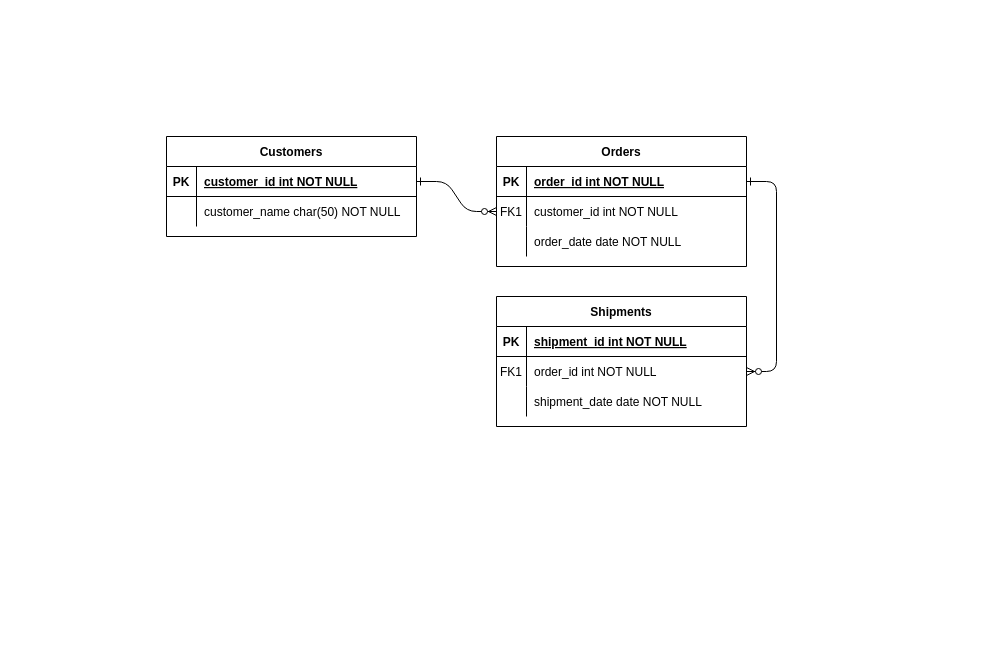
The draw.io diagram Untitled Diagram.drawio in joaopereira7717/angularFreshStart, before the edit. Source tidied: cells renumbered, new cells numbered last; positions are measured from the earlier drawing's top-left corner, leaving out a move shared by most shapes. Both pictures are drawn from the tidied source at 100%, with x=0, y=0 at pixel (166, 136).
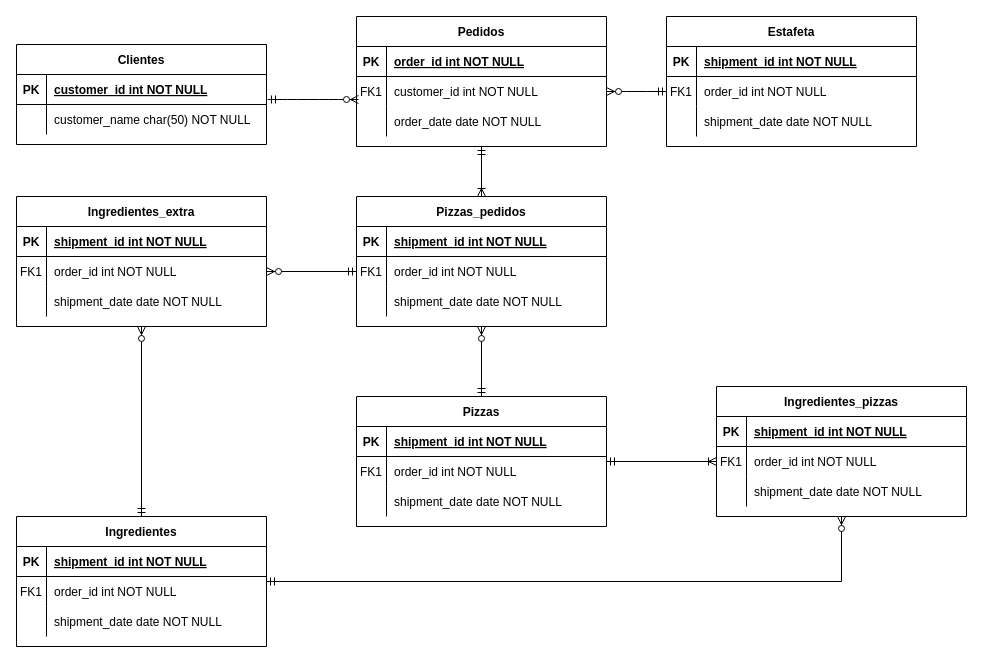
The same page after the edit.

Unchanged cells that the change refers to:
```xml
<mxCell id="5" style="shape=partialRectangle;fillColor=none;points=[[0,0.5],[1,0.5]];portConstraint=eastwest;top=0;left=0;right=0;bottom=1;" parent="4" vertex="1">
  <mxGeometry y="30" width="250" height="30" as="geometry" />
</mxCell>
<mxCell id="8" style="shape=partialRectangle;fillColor=none;points=[[0,0.5],[1,0.5]];portConstraint=eastwest;top=0;left=0;right=0;bottom=0;" parent="4" vertex="1">
  <mxGeometry y="60" width="250" height="30" as="geometry" />
</mxCell>
<mxCell id="18" style="shape=partialRectangle;fillColor=none;points=[[0,0.5],[1,0.5]];portConstraint=eastwest;top=0;left=0;right=0;bottom=0;" parent="14" vertex="1">
  <mxGeometry y="60" width="250" height="30" as="geometry" />
</mxCell>
<mxCell id="25" style="shape=partialRectangle;fillColor=none;points=[[0,0.5],[1,0.5]];portConstraint=eastwest;top=0;left=0;right=0;bottom=1;" parent="24" vertex="1">
  <mxGeometry y="30" width="250" height="30" as="geometry" />
</mxCell>
```

Diff of the diagram source:
```diff
@@
-    <mxCell id="2" style="edgeStyle=entityRelationEdgeStyle;endArrow=ERzeroToMany;startArrow=ERone;endFill=1;startFill=0;" parent="1" edge="1" source="25" target="8">
-      <mxGeometry relative="1" as="geometry" />
-    </mxCell>
-    <mxCell id="3" style="edgeStyle=entityRelationEdgeStyle;endArrow=ERzeroToMany;startArrow=ERone;endFill=1;startFill=0;" parent="1" edge="1" source="5" target="18">
-      <mxGeometry relative="1" as="geometry" />
-    </mxCell>
+    <mxCell id="31" style="edgeStyle=orthogonalEdgeStyle;rounded=0;jettySize=auto;html=1;startArrow=ERmandOne;startFill=0;endArrow=ERoneToMany;endFill=0;" parent="1" edge="1" source="4" target="66">
+      <mxGeometry relative="1" as="geometry" />
+    </mxCell>
-    <mxCell id="4" value="Orders" style="shape=table;startSize=30;childLayout=tableLayout;rowLines=0;fontStyle=1;align=center;" parent="1" vertex="1">
-      <mxGeometry x="330" width="250" height="130" as="geometry" />
+    <mxCell id="4" value="Pedidos" style="shape=table;startSize=30;childLayout=tableLayout;rowLines=0;fontStyle=1;align=center;" parent="1" vertex="1">
+      <mxGeometry x="190" y="-120" width="250" height="130" as="geometry" />
     </mxCell>
@@
-    <mxCell id="14" value="Shipments" style="shape=table;startSize=30;childLayout=tableLayout;rowLines=0;fontStyle=1;align=center;" parent="1" vertex="1">
-      <mxGeometry x="330" y="160" width="250" height="130" as="geometry" />
+    <mxCell id="14" value="Pizzas" style="shape=table;startSize=30;childLayout=tableLayout;rowLines=0;fontStyle=1;align=center;" parent="1" vertex="1">
+      <mxGeometry x="190" y="260" width="250" height="130" as="geometry" />
     </mxCell>
@@
-    <mxCell id="24" value="Customers" style="shape=table;startSize=30;childLayout=tableLayout;rowLines=0;fontStyle=1;align=center;" parent="1" vertex="1">
-      <mxGeometry width="250" height="100" as="geometry" />
+    <mxCell id="24" value="Clientes" style="shape=table;startSize=30;childLayout=tableLayout;rowLines=0;fontStyle=1;align=center;" parent="1" vertex="1">
+      <mxGeometry x="-150" y="-92" width="250" height="100" as="geometry" />
     </mxCell>
@@
+    <mxCell id="32" value="Estafeta" style="shape=table;startSize=30;childLayout=tableLayout;rowLines=0;fontStyle=1;align=center;" parent="1" vertex="1">
+      <mxGeometry x="500" y="-120" width="250" height="130" as="geometry" />
+    </mxCell>
+    <mxCell id="33" style="shape=partialRectangle;fillColor=none;top=0;left=0;right=0;bottom=1;" parent="32" vertex="1">
+      <mxGeometry y="30" width="250" height="30" as="geometry" />
+    </mxCell>
+    <mxCell id="34" value="PK" style="shape=partialRectangle;overflow=hidden;fillColor=none;top=0;left=0;bottom=0;right=0;fontStyle=1;" parent="33" vertex="1">
+      <mxGeometry width="30" height="30" as="geometry" />
+    </mxCell>
+    <mxCell id="35" value="shipment_id int NOT NULL " style="shape=partialRectangle;overflow=hidden;fillColor=none;top=0;left=0;bottom=0;right=0;align=left;spacingLeft=6;fontStyle=5;" parent="33" vertex="1">
+      <mxGeometry x="30" width="220" height="30" as="geometry" />
+    </mxCell>
+    <mxCell id="36" style="shape=partialRectangle;fillColor=none;points=[[0,0.5],[1,0.5]];portConstraint=eastwest;top=0;left=0;right=0;bottom=0;" parent="32" vertex="1">
+      <mxGeometry y="60" width="250" height="30" as="geometry" />
+    </mxCell>
+    <mxCell id="37" value="FK1" style="shape=partialRectangle;overflow=hidden;fillColor=none;top=0;left=0;bottom=0;right=0;" parent="36" vertex="1">
+      <mxGeometry width="30" height="30" as="geometry" />
+    </mxCell>
+    <mxCell id="38" value="order_id int NOT NULL" style="shape=partialRectangle;overflow=hidden;fillColor=none;top=0;left=0;bottom=0;right=0;align=left;spacingLeft=6;" parent="36" vertex="1">
+      <mxGeometry x="30" width="220" height="30" as="geometry" />
+    </mxCell>
+    <mxCell id="39" style="shape=partialRectangle;fillColor=none;top=0;left=0;right=0;bottom=0;" parent="32" vertex="1">
+      <mxGeometry y="90" width="250" height="30" as="geometry" />
+    </mxCell>
+    <mxCell id="40" style="shape=partialRectangle;overflow=hidden;fillColor=none;top=0;left=0;bottom=0;right=0;" parent="39" vertex="1">
+      <mxGeometry width="30" height="30" as="geometry" />
+    </mxCell>
+    <mxCell id="41" value="shipment_date date NOT NULL" style="shape=partialRectangle;overflow=hidden;fillColor=none;top=0;left=0;bottom=0;right=0;align=left;spacingLeft=6;" parent="39" vertex="1">
+      <mxGeometry x="30" width="220" height="30" as="geometry" />
+    </mxCell>
+    <mxCell id="42" style="edgeStyle=orthogonalEdgeStyle;rounded=0;jettySize=auto;html=1;entryX=0.5;entryY=1;entryDx=0;entryDy=0;startArrow=ERmandOne;startFill=0;endArrow=ERzeroToMany;endFill=1;" parent="1" edge="1" source="43" target="76">
+      <mxGeometry relative="1" as="geometry" />
+    </mxCell>
+    <mxCell id="43" value="Ingredientes" style="shape=table;startSize=30;childLayout=tableLayout;rowLines=0;fontStyle=1;align=center;" parent="1" vertex="1">
+      <mxGeometry x="-150" y="380" width="250" height="130" as="geometry" />
+    </mxCell>
+    <mxCell id="44" style="shape=partialRectangle;fillColor=none;top=0;left=0;right=0;bottom=1;" parent="43" vertex="1">
+      <mxGeometry y="30" width="250" height="30" as="geometry" />
+    </mxCell>
+    <mxCell id="45" value="PK" style="shape=partialRectangle;overflow=hidden;fillColor=none;top=0;left=0;bottom=0;right=0;fontStyle=1;" parent="44" vertex="1">
+      <mxGeometry width="30" height="30" as="geometry" />
+    </mxCell>
+    <mxCell id="46" value="shipment_id int NOT NULL " style="shape=partialRectangle;overflow=hidden;fillColor=none;top=0;left=0;bottom=0;right=0;align=left;spacingLeft=6;fontStyle=5;" parent="44" vertex="1">
+      <mxGeometry x="30" width="220" height="30" as="geometry" />
+    </mxCell>
+    <mxCell id="47" style="shape=partialRectangle;fillColor=none;top=0;left=0;right=0;bottom=0;" parent="43" vertex="1">
+      <mxGeometry y="60" width="250" height="30" as="geometry" />
+    </mxCell>
+    <mxCell id="48" value="FK1" style="shape=partialRectangle;overflow=hidden;fillColor=none;top=0;left=0;bottom=0;right=0;" parent="47" vertex="1">
+      <mxGeometry width="30" height="30" as="geometry" />
+    </mxCell>
+    <mxCell id="49" value="order_id int NOT NULL" style="shape=partialRectangle;overflow=hidden;fillColor=none;top=0;left=0;bottom=0;right=0;align=left;spacingLeft=6;" parent="47" vertex="1">
+      <mxGeometry x="30" width="220" height="30" as="geometry" />
+    </mxCell>
+    <mxCell id="50" style="shape=partialRectangle;fillColor=none;top=0;left=0;right=0;bottom=0;" parent="43" vertex="1">
+      <mxGeometry y="90" width="250" height="30" as="geometry" />
+    </mxCell>
+    <mxCell id="51" style="shape=partialRectangle;overflow=hidden;fillColor=none;top=0;left=0;bottom=0;right=0;" parent="50" vertex="1">
+      <mxGeometry width="30" height="30" as="geometry" />
+    </mxCell>
+    <mxCell id="52" value="shipment_date date NOT NULL" style="shape=partialRectangle;overflow=hidden;fillColor=none;top=0;left=0;bottom=0;right=0;align=left;spacingLeft=6;" parent="50" vertex="1">
+      <mxGeometry x="30" width="220" height="30" as="geometry" />
+    </mxCell>
+    <mxCell id="53" style="edgeStyle=orthogonalEdgeStyle;rounded=0;jettySize=auto;html=1;startArrow=ERzeroToMany;startFill=1;endArrow=ERmandOne;endFill=0;" parent="1" edge="1" source="54" target="43">
+      <mxGeometry relative="1" as="geometry" />
+    </mxCell>
+    <mxCell id="54" value="Ingredientes_extra" style="shape=table;startSize=30;childLayout=tableLayout;rowLines=0;fontStyle=1;align=center;" parent="1" vertex="1">
+      <mxGeometry x="-150" y="60" width="250" height="130" as="geometry" />
+    </mxCell>
+    <mxCell id="55" style="shape=partialRectangle;fillColor=none;top=0;left=0;right=0;bottom=1;" parent="54" vertex="1">
+      <mxGeometry y="30" width="250" height="30" as="geometry" />
+    </mxCell>
+    <mxCell id="56" value="PK" style="shape=partialRectangle;overflow=hidden;fillColor=none;top=0;left=0;bottom=0;right=0;fontStyle=1;" parent="55" vertex="1">
+      <mxGeometry width="30" height="30" as="geometry" />
+    </mxCell>
+    <mxCell id="57" value="shipment_id int NOT NULL " style="shape=partialRectangle;overflow=hidden;fillColor=none;top=0;left=0;bottom=0;right=0;align=left;spacingLeft=6;fontStyle=5;" parent="55" vertex="1">
+      <mxGeometry x="30" width="220" height="30" as="geometry" />
+    </mxCell>
+    <mxCell id="58" style="shape=partialRectangle;fillColor=none;points=[[0,0.5],[1,0.5]];portConstraint=eastwest;top=0;left=0;right=0;bottom=0;" parent="54" vertex="1">
+      <mxGeometry y="60" width="250" height="30" as="geometry" />
+    </mxCell>
+    <mxCell id="59" value="FK1" style="shape=partialRectangle;overflow=hidden;fillColor=none;top=0;left=0;bottom=0;right=0;" parent="58" vertex="1">
+      <mxGeometry width="30" height="30" as="geometry" />
+    </mxCell>
+    <mxCell id="60" value="order_id int NOT NULL" style="shape=partialRectangle;overflow=hidden;fillColor=none;top=0;left=0;bottom=0;right=0;align=left;spacingLeft=6;" parent="58" vertex="1">
+      <mxGeometry x="30" width="220" height="30" as="geometry" />
+    </mxCell>
+    <mxCell id="61" style="shape=partialRectangle;fillColor=none;top=0;left=0;right=0;bottom=0;" parent="54" vertex="1">
+      <mxGeometry y="90" width="250" height="30" as="geometry" />
+    </mxCell>
+    <mxCell id="62" style="shape=partialRectangle;overflow=hidden;fillColor=none;top=0;left=0;bottom=0;right=0;" parent="61" vertex="1">
+      <mxGeometry width="30" height="30" as="geometry" />
+    </mxCell>
+    <mxCell id="63" value="shipment_date date NOT NULL" style="shape=partialRectangle;overflow=hidden;fillColor=none;top=0;left=0;bottom=0;right=0;align=left;spacingLeft=6;" parent="61" vertex="1">
+      <mxGeometry x="30" width="220" height="30" as="geometry" />
+    </mxCell>
+    <mxCell id="64" style="edgeStyle=entityRelationEdgeStyle;fontSize=12;html=1;endArrow=ERzeroToMany;entryX=1;entryY=0.5;entryDx=0;entryDy=0;startArrow=ERmandOne;startFill=0;endFill=1;" parent="1" edge="1" source="36" target="8">
+      <mxGeometry relative="1" as="geometry" />
+    </mxCell>
+    <mxCell id="65" style="edgeStyle=orthogonalEdgeStyle;rounded=0;jettySize=auto;html=1;startArrow=ERzeroToMany;startFill=1;endArrow=ERmandOne;endFill=0;" parent="1" edge="1" source="66" target="14">
+      <mxGeometry relative="1" as="geometry" />
+    </mxCell>
+    <mxCell id="66" value="Pizzas_pedidos" style="shape=table;startSize=30;childLayout=tableLayout;rowLines=0;fontStyle=1;align=center;" parent="1" vertex="1">
+      <mxGeometry x="190" y="60" width="250" height="130" as="geometry" />
+    </mxCell>
+    <mxCell id="67" style="shape=partialRectangle;fillColor=none;top=0;left=0;right=0;bottom=1;" parent="66" vertex="1">
+      <mxGeometry y="30" width="250" height="30" as="geometry" />
+    </mxCell>
+    <mxCell id="68" value="PK" style="shape=partialRectangle;overflow=hidden;fillColor=none;top=0;left=0;bottom=0;right=0;fontStyle=1;" parent="67" vertex="1">
+      <mxGeometry width="30" height="30" as="geometry" />
+    </mxCell>
+    <mxCell id="69" value="shipment_id int NOT NULL " style="shape=partialRectangle;overflow=hidden;fillColor=none;top=0;left=0;bottom=0;right=0;align=left;spacingLeft=6;fontStyle=5;" parent="67" vertex="1">
+      <mxGeometry x="30" width="220" height="30" as="geometry" />
+    </mxCell>
+    <mxCell id="70" style="shape=partialRectangle;fillColor=none;points=[[0,0.5],[1,0.5]];portConstraint=eastwest;top=0;left=0;right=0;bottom=0;" parent="66" vertex="1">
+      <mxGeometry y="60" width="250" height="30" as="geometry" />
+    </mxCell>
+    <mxCell id="71" value="FK1" style="shape=partialRectangle;overflow=hidden;fillColor=none;top=0;left=0;bottom=0;right=0;" parent="70" vertex="1">
+      <mxGeometry width="30" height="30" as="geometry" />
+    </mxCell>
+    <mxCell id="72" value="order_id int NOT NULL" style="shape=partialRectangle;overflow=hidden;fillColor=none;top=0;left=0;bottom=0;right=0;align=left;spacingLeft=6;" parent="70" vertex="1">
+      <mxGeometry x="30" width="220" height="30" as="geometry" />
+    </mxCell>
+    <mxCell id="73" style="shape=partialRectangle;fillColor=none;top=0;left=0;right=0;bottom=0;" parent="66" vertex="1">
+      <mxGeometry y="90" width="250" height="30" as="geometry" />
+    </mxCell>
+    <mxCell id="74" style="shape=partialRectangle;overflow=hidden;fillColor=none;top=0;left=0;bottom=0;right=0;" parent="73" vertex="1">
+      <mxGeometry width="30" height="30" as="geometry" />
+    </mxCell>
+    <mxCell id="75" value="shipment_date date NOT NULL" style="shape=partialRectangle;overflow=hidden;fillColor=none;top=0;left=0;bottom=0;right=0;align=left;spacingLeft=6;" parent="73" vertex="1">
+      <mxGeometry x="30" width="220" height="30" as="geometry" />
+    </mxCell>
+    <mxCell id="2" style="edgeStyle=entityRelationEdgeStyle;fontSize=12;html=1;endArrow=ERzeroToMany;startArrow=ERmandOne;entryX=0.008;entryY=0.767;entryDx=0;entryDy=0;entryPerimeter=0;exitX=1.004;exitY=0.833;exitDx=0;exitDy=0;exitPerimeter=0;endFill=1;" parent="1" edge="1" source="25" target="8">
+      <mxGeometry relative="1" as="geometry" />
+    </mxCell>
+    <mxCell id="76" value="Ingredientes_pizzas" style="shape=table;startSize=30;childLayout=tableLayout;rowLines=0;fontStyle=1;align=center;" parent="1" vertex="1">
+      <mxGeometry x="550" y="250" width="250" height="130" as="geometry" />
+    </mxCell>
+    <mxCell id="77" style="shape=partialRectangle;fillColor=none;top=0;left=0;right=0;bottom=1;" parent="76" vertex="1">
+      <mxGeometry y="30" width="250" height="30" as="geometry" />
+    </mxCell>
+    <mxCell id="78" value="PK" style="shape=partialRectangle;overflow=hidden;fillColor=none;top=0;left=0;bottom=0;right=0;fontStyle=1;" parent="77" vertex="1">
+      <mxGeometry width="30" height="30" as="geometry" />
+    </mxCell>
+    <mxCell id="79" value="shipment_id int NOT NULL " style="shape=partialRectangle;overflow=hidden;fillColor=none;top=0;left=0;bottom=0;right=0;align=left;spacingLeft=6;fontStyle=5;" parent="77" vertex="1">
+      <mxGeometry x="30" width="220" height="30" as="geometry" />
+    </mxCell>
+    <mxCell id="80" style="shape=partialRectangle;fillColor=none;points=[[0,0.5],[1,0.5]];portConstraint=eastwest;top=0;left=0;right=0;bottom=0;" parent="76" vertex="1">
+      <mxGeometry y="60" width="250" height="30" as="geometry" />
+    </mxCell>
+    <mxCell id="81" value="FK1" style="shape=partialRectangle;overflow=hidden;fillColor=none;top=0;left=0;bottom=0;right=0;" parent="80" vertex="1">
+      <mxGeometry width="30" height="30" as="geometry" />
+    </mxCell>
+    <mxCell id="82" value="order_id int NOT NULL" style="shape=partialRectangle;overflow=hidden;fillColor=none;top=0;left=0;bottom=0;right=0;align=left;spacingLeft=6;" parent="80" vertex="1">
+      <mxGeometry x="30" width="220" height="30" as="geometry" />
+    </mxCell>
+    <mxCell id="83" style="shape=partialRectangle;fillColor=none;top=0;left=0;right=0;bottom=0;" parent="76" vertex="1">
+      <mxGeometry y="90" width="250" height="30" as="geometry" />
+    </mxCell>
+    <mxCell id="84" style="shape=partialRectangle;overflow=hidden;fillColor=none;top=0;left=0;bottom=0;right=0;" parent="83" vertex="1">
+      <mxGeometry width="30" height="30" as="geometry" />
+    </mxCell>
+    <mxCell id="85" value="shipment_date date NOT NULL" style="shape=partialRectangle;overflow=hidden;fillColor=none;top=0;left=0;bottom=0;right=0;align=left;spacingLeft=6;" parent="83" vertex="1">
+      <mxGeometry x="30" width="220" height="30" as="geometry" />
+    </mxCell>
+    <mxCell id="86" style="edgeStyle=orthogonalEdgeStyle;rounded=0;jettySize=auto;html=1;startArrow=ERmandOne;startFill=0;endArrow=ERzeroToMany;endFill=1;" parent="1" edge="1" source="70" target="58">
+      <mxGeometry relative="1" as="geometry" />
+    </mxCell>
+    <mxCell id="87" style="edgeStyle=orthogonalEdgeStyle;rounded=0;jettySize=auto;html=1;entryX=1;entryY=0.5;entryDx=0;entryDy=0;startArrow=ERoneToMany;startFill=0;endArrow=ERmandOne;endFill=0;" parent="1" edge="1" source="80" target="14">
+      <mxGeometry relative="1" as="geometry" />
+    </mxCell>
```
